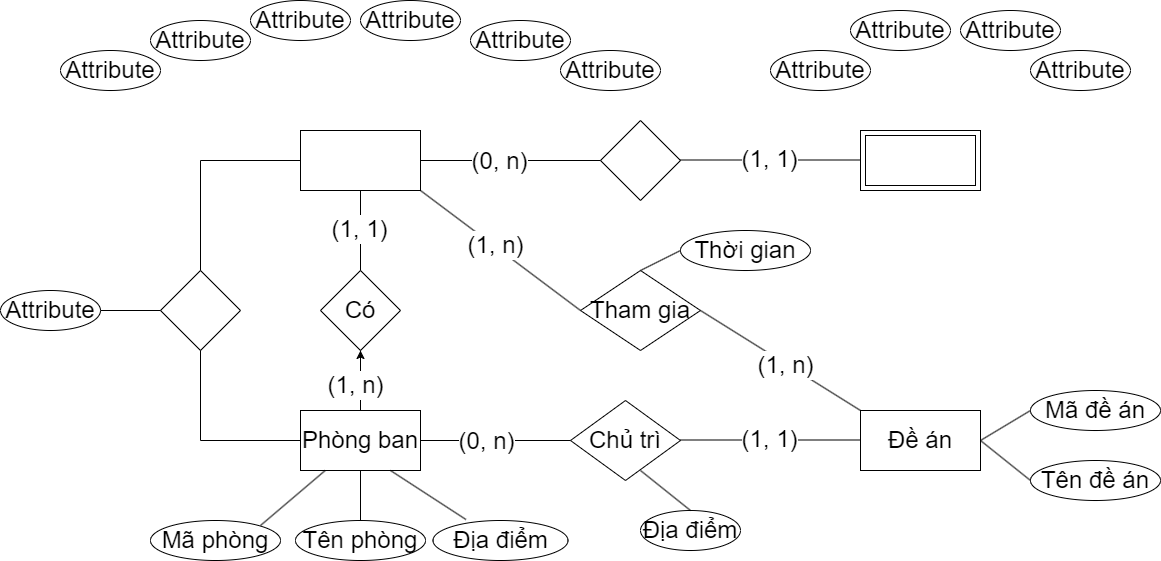
Earlier version of the draw.io export Chương 2.png (datnham0212/learning). Source tidied: cells renumbered, new cells last; positions are measured from the earlier drawing's top-left corner, leaving out a move shared by most shapes.
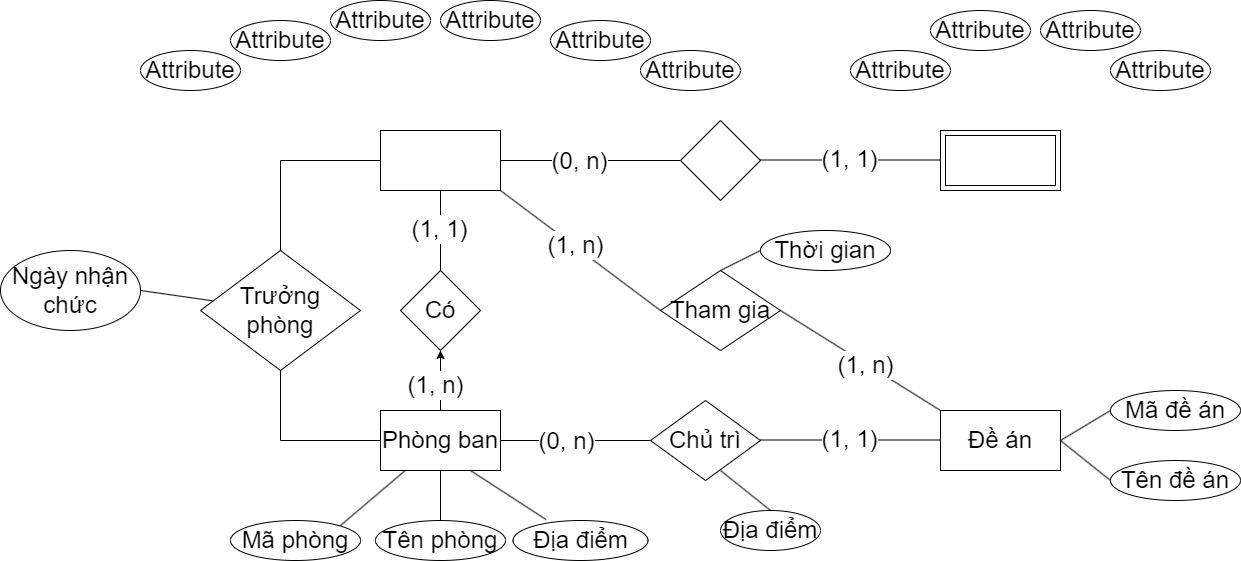
The same diagram one commit later.

Change to the diagram source:
```diff
@@ -175,16 +175,14 @@
         </Array>
       </mxGeometry>
     </mxCell>
-    <mxCell id="46" style="rhombus;whiteSpace=wrap;html=1;fontSize=24;" parent="1" vertex="1">
-      <mxGeometry x="160" y="270" width="80" height="80" as="geometry" />
+    <mxCell id="46" value="Trưởng &lt;br&gt;phòng" style="rhombus;whiteSpace=wrap;html=1;fontSize=24;" parent="1" vertex="1">
+      <mxGeometry x="120" y="250" width="160" height="120" as="geometry" />
     </mxCell>
-    <mxCell id="47" value="Attribute" style="ellipse;whiteSpace=wrap;html=1;align=center;fontSize=24;" parent="1" vertex="1">
-      <mxGeometry y="290" width="100" height="40" as="geometry" />
+    <mxCell id="47" value="Ngày nhận chức" style="ellipse;whiteSpace=wrap;html=1;align=center;fontSize=24;" parent="1" vertex="1">
+      <mxGeometry x="-80" y="250" width="140" height="80" as="geometry" />
     </mxCell>
-    <mxCell id="48" style="endArrow=none;html=1;rounded=0;fontSize=24;" parent="1" edge="1" target="46">
-      <mxGeometry relative="1" as="geometry">
-        <mxPoint x="100" y="310" as="sourcePoint" />
-      </mxGeometry>
+    <mxCell id="48" style="endArrow=none;html=1;rounded=0;fontSize=24;exitX=1;exitY=0.5;exitDx=0;exitDy=0;" parent="1" edge="1" source="47" target="46">
+      <mxGeometry relative="1" as="geometry" />
     </mxCell>
     <mxCell id="49" style="endArrow=none;html=1;rounded=0;entryX=0;entryY=0.5;entryDx=0;entryDy=0;" parent="1" edge="1" target="43">
       <mxGeometry relative="1" as="geometry">
```
